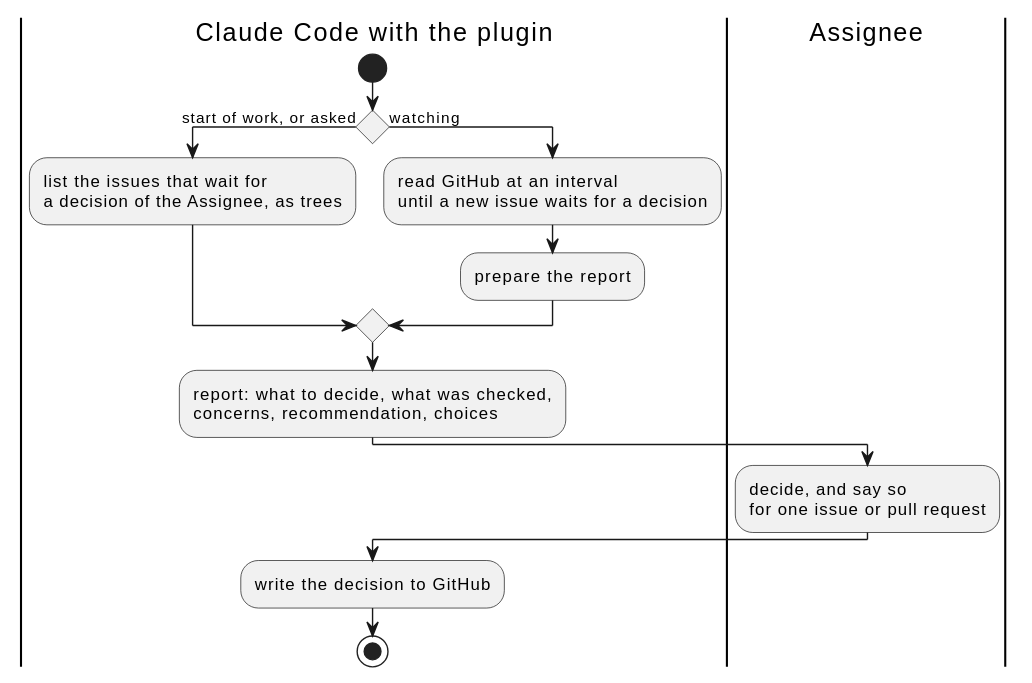
The PlantUML diagram docs/ja/requirements/decide/overview.svg in cloveclovedev/cumin-works, before a commit. Source of this version:
```plantuml
@startuml

|Claude Code with the plugin|
start
if () then (start of work, or asked)
  :list the issues that wait for\na decision of the Assignee, as trees;
else (watching)
  :read GitHub at an interval\nuntil a new issue waits for a decision;
  :prepare the report;
endif
:report: what to decide, what was checked,\nconcerns, recommendation, choices;
|Assignee|
:decide, and say so\nfor one issue or pull request;
|Claude Code with the plugin|
:write the decision to GitHub;
stop
@enduml
```
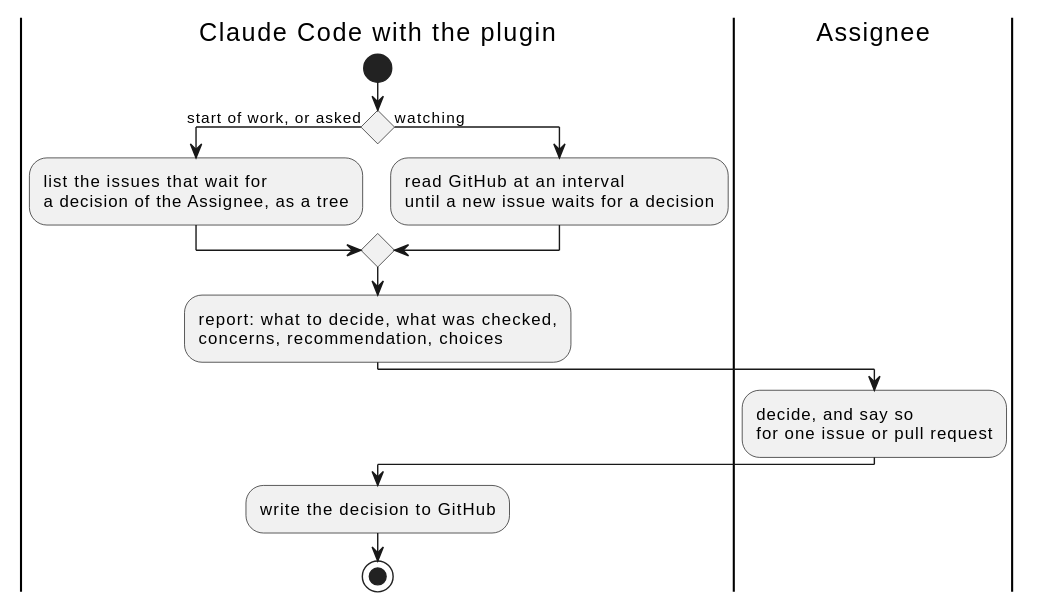
Later version of the same file.

Change to the diagram source:
```diff
@@ -3,11 +3,10 @@
 |Claude Code with the plugin|
 start
 if () then (start of work, or asked)
-  :list the issues that wait for\na decision of the Assignee, as trees;
+  :list the issues that wait for\na decision of the Assignee, as a tree;
 else (watching)
   :read GitHub at an interval\nuntil a new issue waits for a decision;
-  :prepare the report;
-endif
+  endif
 :report: what to decide, what was checked,\nconcerns, recommendation, choices;
 |Assignee|
 :decide, and say so\nfor one issue or pull request;
```
